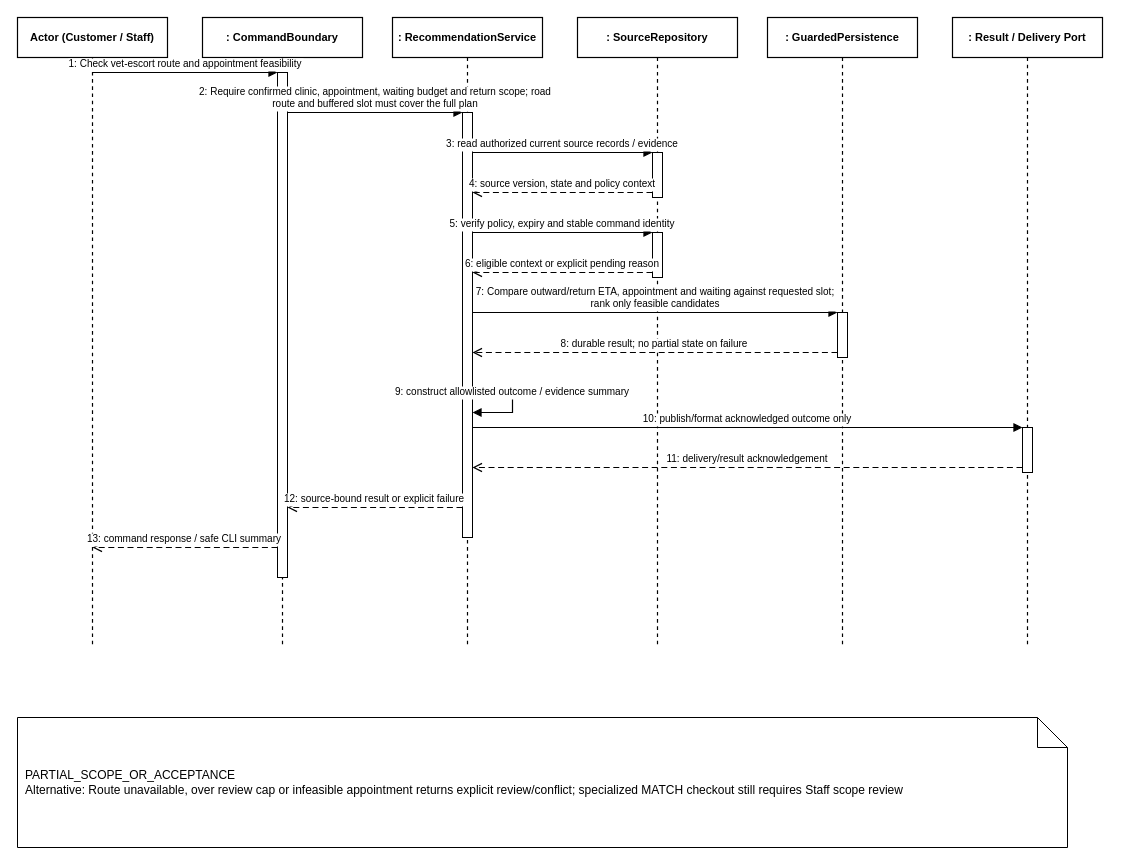
Before: doc/reports/report4/sequence/ai-07.drawio in ngocthanhhx7/SEP490_G101_FALL2026, a draw.io diagram. Source tidied: cells renumbered, new cells numbered last; positions are measured from the earlier drawing's top-left corner, leaving out a move shared by most shapes. Both pictures are drawn from the tidied source at 100%, with x=0, y=0 at pixel (17, 17).
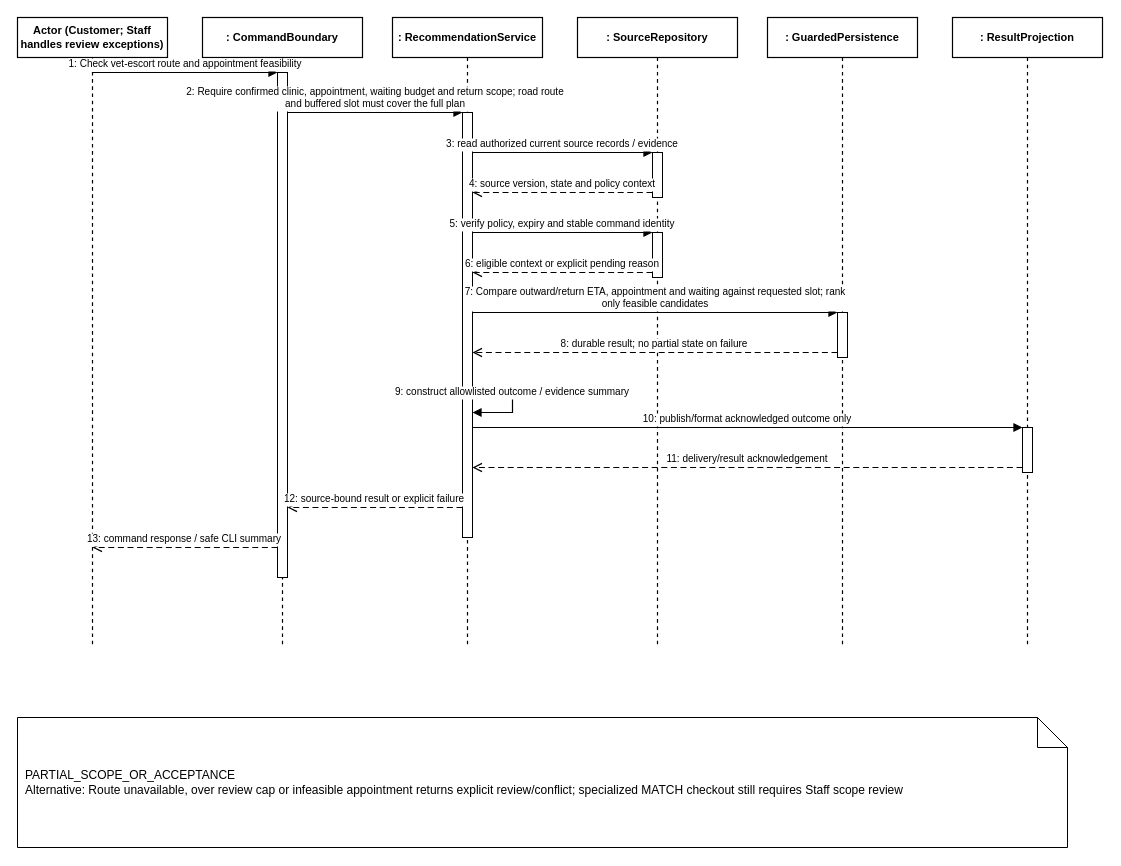
The same diagram, later.

What changed in the source:
```diff
@@
-    <mxCell id="2" value="Actor (Customer / Staff)" style="shape=umlLifeline;perimeter=lifelinePerimeter;whiteSpace=wrap;html=0;size=40;fillColor=#FFFFFF;strokeColor=#000000;strokeWidth=1.2;fontStyle=1;fontSize=11;align=center;" parent="1" vertex="1">
+    <mxCell id="2" value="Actor (Customer; Staff handles review exceptions)" style="shape=umlLifeline;perimeter=lifelinePerimeter;whiteSpace=wrap;html=0;size=40;fillColor=#FFFFFF;strokeColor=#000000;strokeWidth=1.2;fontStyle=1;fontSize=11;align=center;" parent="1" vertex="1">
       <mxGeometry width="150" height="630" as="geometry" />
     </mxCell>
@@
-    <mxCell id="7" value=": Result / Delivery Port" style="shape=umlLifeline;perimeter=lifelinePerimeter;whiteSpace=wrap;html=0;size=40;fillColor=#FFFFFF;strokeColor=#000000;strokeWidth=1.2;fontStyle=1;fontSize=11;align=center;" parent="1" vertex="1">
+    <mxCell id="7" value=": ResultProjection" style="shape=umlLifeline;perimeter=lifelinePerimeter;whiteSpace=wrap;html=0;size=40;fillColor=#FFFFFF;strokeColor=#000000;strokeWidth=1.2;fontStyle=1;fontSize=11;align=center;" parent="1" vertex="1">
       <mxGeometry x="935" width="150" height="630" as="geometry" />
     </mxCell>
@@
-    <mxCell id="15" value="2: Require confirmed clinic, appointment, waiting budget and return scope; road&#10;route and buffered slot must cover the full plan" style="html=0;verticalAlign=bottom;endArrow=block;endFill=1;strokeColor=#000000;strokeWidth=1.2;fontSize=10;fontColor=#000000;edgeStyle=orthogonalEdgeStyle;rounded=0;" parent="1" edge="1">
+    <mxCell id="15" value="2: Require confirmed clinic, appointment, waiting budget and return scope; road route&#10;and buffered slot must cover the full plan" style="html=0;verticalAlign=bottom;endArrow=block;endFill=1;strokeColor=#000000;strokeWidth=1.2;fontSize=10;fontColor=#000000;edgeStyle=orthogonalEdgeStyle;rounded=0;" parent="1" edge="1">
       <mxGeometry relative="1" as="geometry">
         <mxPoint x="270" y="95" as="sourcePoint" />
         <mxPoint x="445" y="95" as="targetPoint" />
       </mxGeometry>
     </mxCell>
@@
-    <mxCell id="20" value="7: Compare outward/return ETA, appointment and waiting against requested slot;&#10;rank only feasible candidates" style="html=0;verticalAlign=bottom;endArrow=block;endFill=1;strokeColor=#000000;strokeWidth=1.2;fontSize=10;fontColor=#000000;edgeStyle=orthogonalEdgeStyle;rounded=0;" parent="1" edge="1">
+    <mxCell id="20" value="7: Compare outward/return ETA, appointment and waiting against requested slot; rank&#10;only feasible candidates" style="html=0;verticalAlign=bottom;endArrow=block;endFill=1;strokeColor=#000000;strokeWidth=1.2;fontSize=10;fontColor=#000000;edgeStyle=orthogonalEdgeStyle;rounded=0;" parent="1" edge="1">
       <mxGeometry relative="1" as="geometry">
         <mxPoint x="455" y="295" as="sourcePoint" />
         <mxPoint x="820" y="295" as="targetPoint" />
       </mxGeometry>
     </mxCell>
```
